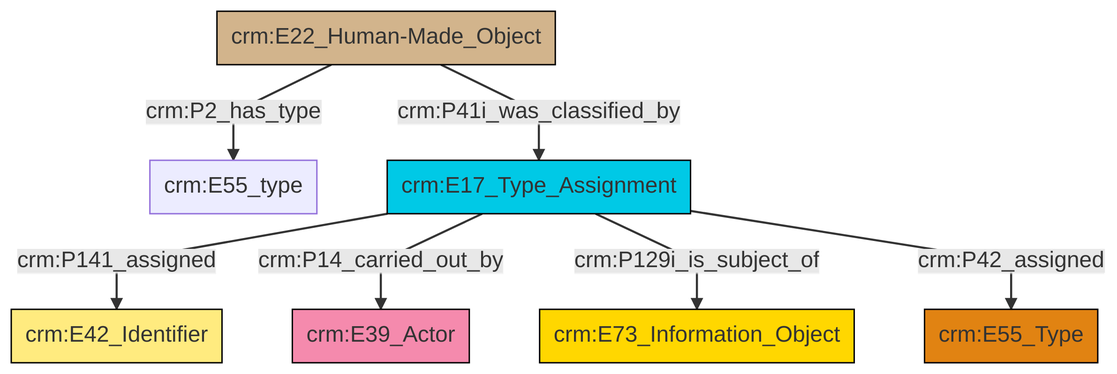
Above: et/builtWorkCSV/ttl/mmd/png/Built_Work_designation_status.png in swiss-art-research-net/docs.swissartresearch (Mermaid), before the change. Its source is kept beside it as et/builtWorkCSV/ttl/mmd/Built_Work_designation_status.ttl.mmd.
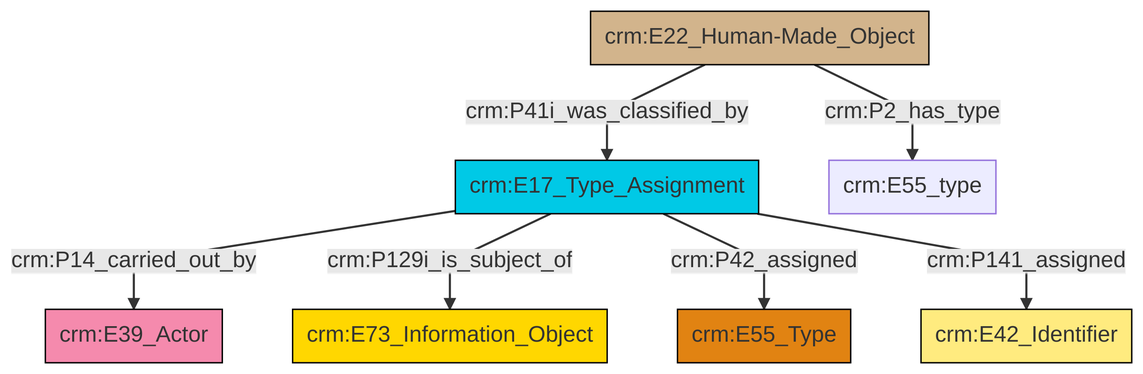
The same diagram one commit later.

The edit, as a diff of the source:
```diff
@@ -13,9 +13,9 @@
 classDef PC_Classes fill:#4ce600, stroke:#000000;
 classDef Multi fill:#cccccc,stroke:#000000;
 
-8["crm:E17_Type_Assignment"]:::Temporal_Entity -->|crm:P141_assigned| 0["crm:E42_Identifier"]:::Appellation
-8["crm:E17_Type_Assignment"]:::Temporal_Entity -->|crm:P14_carried_out_by| 11["crm:E39_Actor"]:::Actor
-2["crm:E22_Human-Made_Object"]:::Physical_Thing -->|crm:P41i_was_classified_by| 8["crm:E17_Type_Assignment"]:::Temporal_Entity
-8["crm:E17_Type_Assignment"]:::Temporal_Entity -->|crm:P129i_is_subject_of| 6["crm:E73_Information_Object"]:::Conceptual_Object
-2["crm:E22_Human-Made_Object"]:::Physical_Thing -->|crm:P2_has_type| 4["crm:E55_type"]:::Default
-8["crm:E17_Type_Assignment"]:::Temporal_Entity -->|crm:P42_assigned| 9["crm:E55_Type"]:::Type
+2["crm:E17_Type_Assignment"]:::Temporal_Entity -->|crm:P14_carried_out_by| 0["crm:E39_Actor"]:::Actor
+8["crm:E22_Human-Made_Object"]:::Physical_Thing -->|crm:P41i_was_classified_by| 2["crm:E17_Type_Assignment"]:::Temporal_Entity
+8["crm:E22_Human-Made_Object"]:::Physical_Thing -->|crm:P2_has_type| 9["crm:E55_type"]:::Default
+2["crm:E17_Type_Assignment"]:::Temporal_Entity -->|crm:P129i_is_subject_of| 5["crm:E73_Information_Object"]:::Conceptual_Object
+2["crm:E17_Type_Assignment"]:::Temporal_Entity -->|crm:P42_assigned| 10["crm:E55_Type"]:::Type
+2["crm:E17_Type_Assignment"]:::Temporal_Entity -->|crm:P141_assigned| 3["crm:E42_Identifier"]:::Appellation
```
